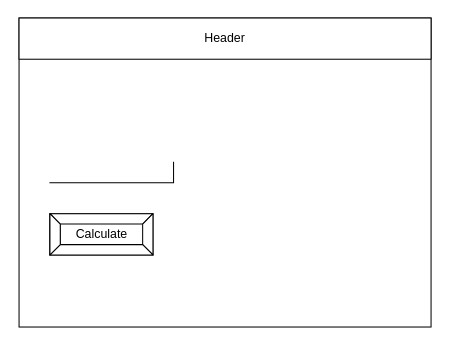
Earlier version of the draw.io diagram design/story-board.drawio (Liya-Getachew/ICS2O-Unit5-05-JS). Source tidied: cells renumbered, new cells numbered last; positions are measured from the earlier drawing's top-left corner, leaving out a move shared by most shapes. Both pictures are drawn from the tidied source at 103%, with x=0, y=0 at pixel (19, 18).
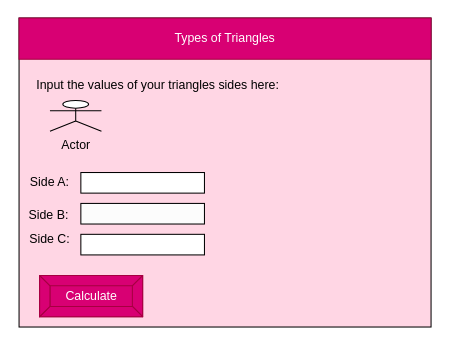
The same diagram, later.

Commit message (it also covers changes not shown here):
pwa, title, chart, board

What changed in the source:
```diff
@@
 <mxGraphModel>
   <root>
     <mxCell id="0" />
     <mxCell id="1" parent="0" />
-    <mxCell id="2" style="rounded=0;whiteSpace=wrap;html=1;" parent="1" vertex="1">
+    <mxCell id="2" style="rounded=0;whiteSpace=wrap;html=1;fillColor=#FFD6E4;" parent="1" vertex="1">
       <mxGeometry width="400" height="300" as="geometry" />
     </mxCell>
-    <mxCell id="3" value="Header" style="rounded=0;whiteSpace=wrap;html=1;" parent="1" vertex="1">
+    <mxCell id="3" value="Types of Triangles" style="rounded=0;whiteSpace=wrap;html=1;fillColor=#d80073;fontColor=#ffffff;strokeColor=#A50040;" parent="1" vertex="1">
       <mxGeometry width="400" height="40" as="geometry" />
     </mxCell>
-    <mxCell id="4" style="shape=partialRectangle;whiteSpace=wrap;html=1;top=0;left=0;fillColor=none;" parent="1" vertex="1">
-      <mxGeometry x="30" y="140" width="120" height="20" as="geometry" />
-    </mxCell>
-    <mxCell id="5" value="Calculate" style="labelPosition=center;verticalLabelPosition=middle;align=center;html=1;shape=mxgraph.basic.button;dx=10;" parent="1" vertex="1">
-      <mxGeometry x="30" y="190" width="100" height="40" as="geometry" />
+    <mxCell id="5" value="Calculate" style="labelPosition=center;verticalLabelPosition=middle;align=center;html=1;shape=mxgraph.basic.button;dx=10;fillColor=#d80073;fontColor=#ffffff;strokeColor=#A50040;" parent="1" vertex="1">
+      <mxGeometry x="20" y="250" width="100" height="40" as="geometry" />
     </mxCell>
+    <mxCell id="6" value="Input the values of your triangles sides here:" style="text;html=1;strokeColor=none;fillColor=none;align=center;verticalAlign=middle;whiteSpace=wrap;rounded=0;fontColor=#000000;" parent="1" vertex="1">
+      <mxGeometry x="10" y="50" width="250" height="30" as="geometry" />
+    </mxCell>
+    <mxCell id="7" value="Actor" style="shape=umlActor;verticalLabelPosition=bottom;verticalAlign=top;html=1;strokeColor=#000000;fontColor=#000000;" parent="1" vertex="1">
+      <mxGeometry x="30" y="80" width="50" height="30" as="geometry" />
+    </mxCell>
+    <mxCell id="8" style="rounded=0;whiteSpace=wrap;html=1;fillColor=#FFFFFF;strokeColor=#000000;" parent="1" vertex="1">
+      <mxGeometry x="60" y="150" width="120" height="20" as="geometry" />
+    </mxCell>
+    <mxCell id="9" value="Side A:" style="text;html=1;strokeColor=none;fillColor=none;align=center;verticalAlign=middle;whiteSpace=wrap;rounded=0;fontColor=#000000;" parent="1" vertex="1">
+      <mxGeometry y="145" width="60" height="30" as="geometry" />
+    </mxCell>
+    <mxCell id="10" style="rounded=0;whiteSpace=wrap;html=1;strokeColor=#000000;fillColor=#FCFCFC;" parent="1" vertex="1">
+      <mxGeometry x="60" y="180" width="120" height="20" as="geometry" />
+    </mxCell>
+    <mxCell id="11" style="rounded=0;whiteSpace=wrap;html=1;fillColor=#FFFFFF;strokeColor=#000000;" parent="1" vertex="1">
+      <mxGeometry x="60" y="210" width="120" height="20" as="geometry" />
+    </mxCell>
+    <mxCell id="12" value="Side B:" style="text;html=1;strokeColor=none;fillColor=none;align=center;verticalAlign=middle;whiteSpace=wrap;rounded=0;fontColor=#000000;" parent="1" vertex="1">
+      <mxGeometry x="-1" y="177" width="60" height="30" as="geometry" />
+    </mxCell>
+    <mxCell id="13" value="Side C:" style="text;html=1;strokeColor=none;fillColor=none;align=center;verticalAlign=middle;whiteSpace=wrap;rounded=0;fontColor=#000000;" parent="1" vertex="1">
+      <mxGeometry y="200" width="60" height="30" as="geometry" />
+    </mxCell>
   </root>
 </mxGraphModel>
```
